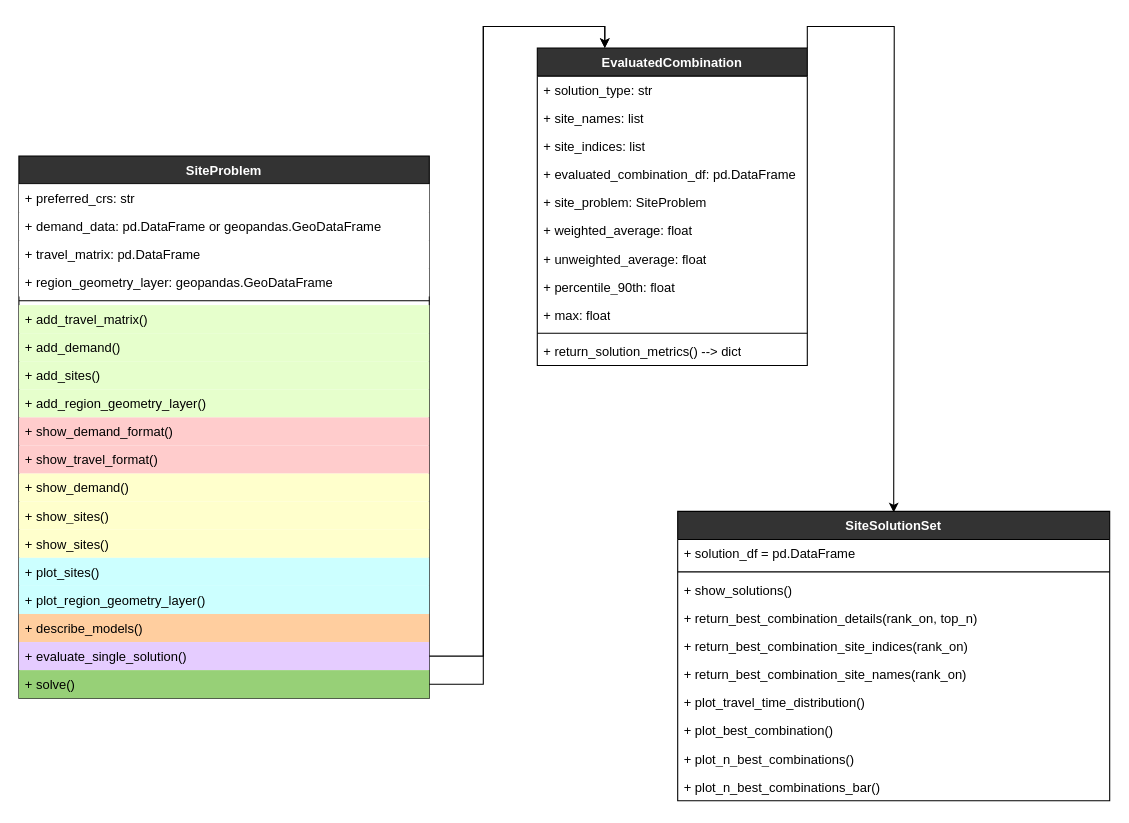
hsma-tools/lokigi keeps this draw.io diagram as lokigi_docs/lokigi_class_diagram.drawio. Above is the earlier version. Source tidied: cells renumbered, new cells numbered last; positions are measured from the earlier drawing's top-left corner, leaving out a move shared by most shapes. Both pictures are drawn from the tidied source at 108%, with x=0, y=0 at pixel (18, 48).
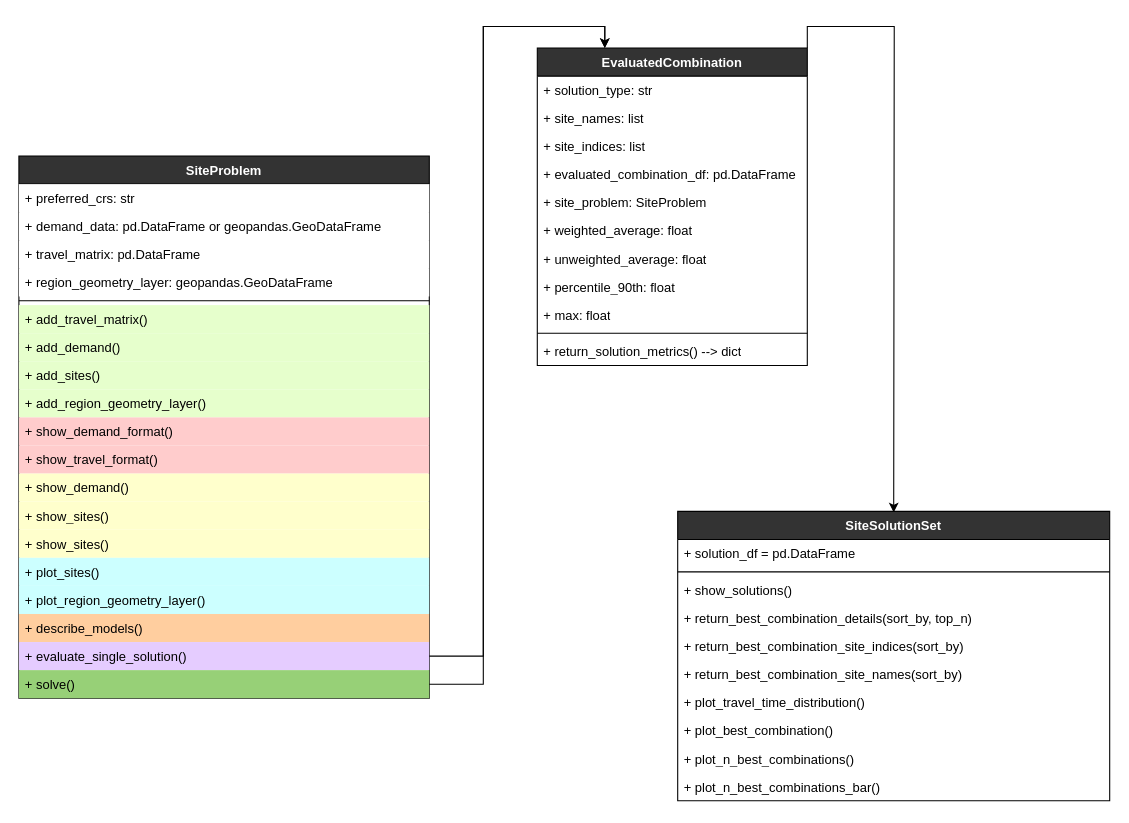
The same page after the edit.

Unchanged cells that the change refers to:
```xml
<mxCell id="35" value="&lt;font style=&quot;color: rgb(255, 255, 255);&quot;&gt;SiteSolutionSet&lt;/font&gt;" style="swimlane;fontStyle=1;align=center;verticalAlign=top;horizontal=1;startSize=26;whiteSpace=wrap;html=1;fillColor=#333333;" parent="1" vertex="1">
  <mxGeometry x="610" y="429" width="400" height="268" as="geometry" />
</mxCell>
```

Diff of the diagram source:
```diff
@@
-    <mxCell id="39" value="+ return_best_combination_details(rank_on, top_n)" style="text;strokeColor=none;fillColor=none;align=left;verticalAlign=top;spacingLeft=4;spacingRight=4;overflow=hidden;whiteSpace=wrap;html=1;" parent="35" vertex="1">
+    <mxCell id="39" value="+ return_best_combination_details(sort_by, top_n)" style="text;strokeColor=none;fillColor=none;align=left;verticalAlign=top;spacingLeft=4;spacingRight=4;overflow=hidden;whiteSpace=wrap;html=1;" parent="35" vertex="1">
       <mxGeometry y="86" width="400" height="26" as="geometry" />
     </mxCell>
-    <mxCell id="40" value="+ return_best_combination_site_indices(rank_on)" style="text;strokeColor=none;fillColor=none;align=left;verticalAlign=top;spacingLeft=4;spacingRight=4;overflow=hidden;whiteSpace=wrap;html=1;" parent="35" vertex="1">
+    <mxCell id="40" value="+ return_best_combination_site_indices(sort_by)" style="text;strokeColor=none;fillColor=none;align=left;verticalAlign=top;spacingLeft=4;spacingRight=4;overflow=hidden;whiteSpace=wrap;html=1;" parent="35" vertex="1">
       <mxGeometry y="112" width="400" height="26" as="geometry" />
     </mxCell>
-    <mxCell id="41" value="+ return_best_combination_site_names(rank_on)" style="text;strokeColor=none;fillColor=none;align=left;verticalAlign=top;spacingLeft=4;spacingRight=4;overflow=hidden;whiteSpace=wrap;html=1;" parent="35" vertex="1">
+    <mxCell id="41" value="+ return_best_combination_site_names(sort_by)" style="text;strokeColor=none;fillColor=none;align=left;verticalAlign=top;spacingLeft=4;spacingRight=4;overflow=hidden;whiteSpace=wrap;html=1;" parent="35" vertex="1">
       <mxGeometry y="138" width="400" height="26" as="geometry" />
     </mxCell>
```
